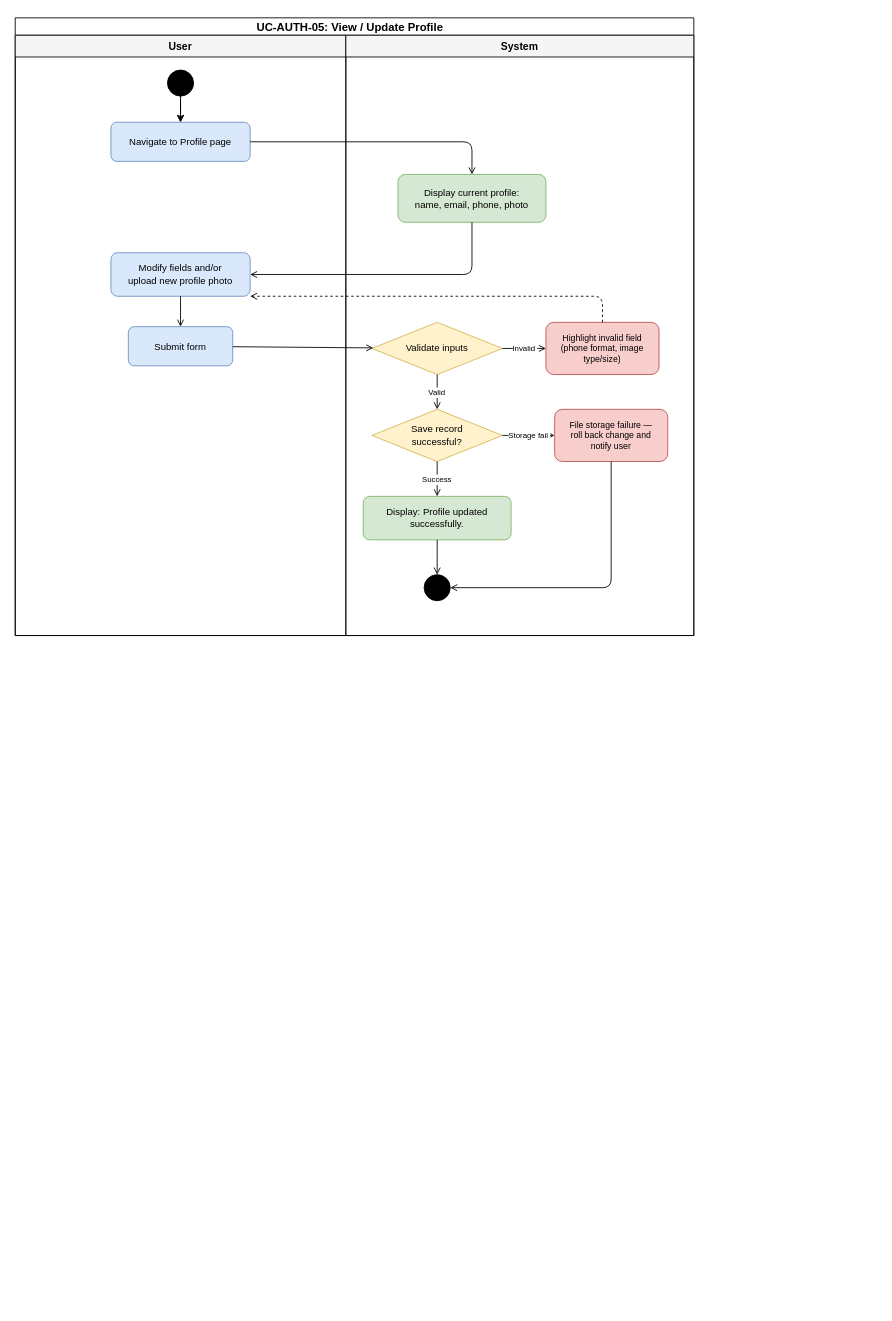
This is docs/PSM/activity-diagrams/01-authentication/UC-AUTH-05_View-Update-Profile.drawio.xml from aisyahumairah/HomeLodge-Doc, a draw.io file, before an edit. Source tidied: cells renumbered, new cells numbered last; positions are measured from the earlier drawing's top-left corner, leaving out a move shared by most shapes. Both pictures are drawn from the tidied source at 87%, with x=0, y=0 at pixel (15, 15).
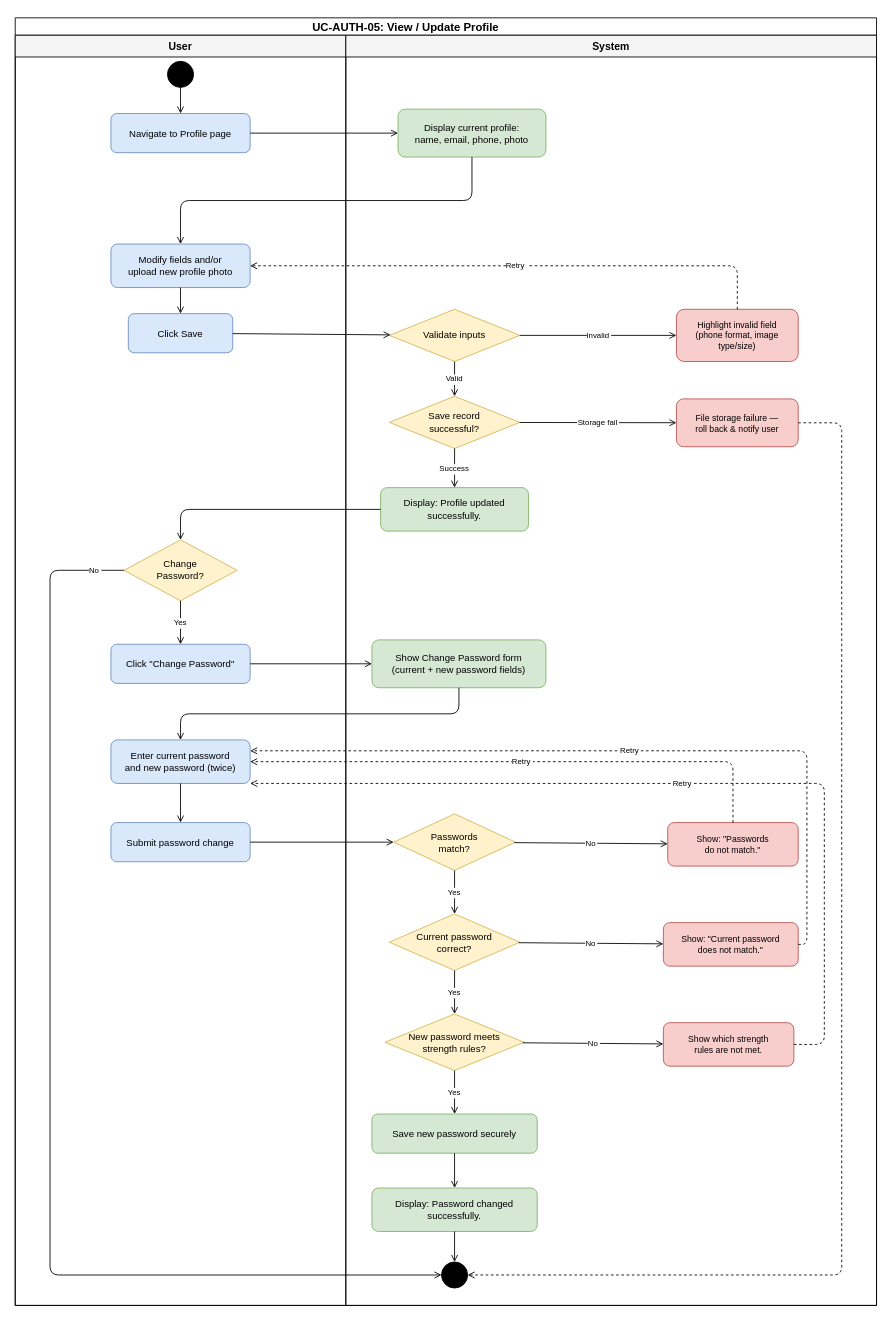
After the change.

Commit message (it also covers changes not shown here):
fix: activity diagram

- add change password at activity diagram view / update profile

Change to the diagram source:
```diff
@@
     <mxCell id="2" style="shape=swimlane;startSize=20;swimlaneFillColor=#ffffff;" parent="1" vertex="1">
-      <mxGeometry y="3" width="780" height="710" as="geometry" />
+      <mxGeometry y="3" width="990" height="1480" as="geometry" />
     </mxCell>
+    <mxCell id="29" value="UC-AUTH-05: View / Update Profile" style="text;html=1;strokeColor=none;fillColor=none;align=center;verticalAlign=middle;whiteSpace=wrap;fontSize=13;fontStyle=1;" parent="2" vertex="1">
+      <mxGeometry x="249" y="-3" width="400" height="28" as="geometry" />
+    </mxCell>
     <mxCell id="3" value="User" style="swimlane;startSize=25;fillColor=#f5f5f5;fontSize=12;fontStyle=1;" parent="2" vertex="1">
-      <mxGeometry y="20" width="380" height="690" as="geometry" />
+      <mxGeometry y="20" width="380" height="1460" as="geometry" />
     </mxCell>
-    <mxCell id="4" style="edgeStyle=orthogonalEdgeStyle;rounded=0;jettySize=auto;html=1;" parent="3" edge="1" source="5" target="6">
-      <mxGeometry relative="1" as="geometry" />
-    </mxCell>
     <mxCell id="5" style="ellipse;fillColor=#000000;strokeColor=#000000;" parent="3" vertex="1">
-      <mxGeometry x="175" y="40" width="30" height="30" as="geometry" />
+      <mxGeometry x="175" y="30" width="30" height="30" as="geometry" />
     </mxCell>
     <mxCell id="6" value="Navigate to Profile page" style="rounded=1;whiteSpace=wrap;html=1;fillColor=#dae8fc;strokeColor=#6c8ebf;fontSize=11;" parent="3" vertex="1">
-      <mxGeometry x="110" y="100" width="160" height="45" as="geometry" />
+      <mxGeometry x="110" y="90" width="160" height="45" as="geometry" />
     </mxCell>
     <mxCell id="7" value="Modify fields and/or&#10;upload new profile photo" style="rounded=1;whiteSpace=wrap;html=1;fillColor=#dae8fc;strokeColor=#6c8ebf;fontSize=11;" parent="3" vertex="1">
-      <mxGeometry x="110" y="250" width="160" height="50" as="geometry" />
+      <mxGeometry x="110" y="240" width="160" height="50" as="geometry" />
     </mxCell>
-    <mxCell id="8" value="Submit form" style="rounded=1;whiteSpace=wrap;html=1;fillColor=#dae8fc;strokeColor=#6c8ebf;fontSize=11;" parent="3" vertex="1">
-      <mxGeometry x="130" y="335" width="120" height="45" as="geometry" />
+    <mxCell id="8" value="Click Save" style="rounded=1;whiteSpace=wrap;html=1;fillColor=#dae8fc;strokeColor=#6c8ebf;fontSize=11;" parent="3" vertex="1">
+      <mxGeometry x="130" y="320" width="120" height="45" as="geometry" />
     </mxCell>
-    <mxCell id="9" style="endArrow=open;" parent="3" edge="1" source="5" target="6">
-      <mxGeometry relative="1" as="geometry" />
-    </mxCell>
-    <mxCell id="10" style="endArrow=open;" parent="3" edge="1" source="7" target="8">
-      <mxGeometry relative="1" as="geometry" />
-    </mxCell>
+    <mxCell id="30" value="Change&#10;Password?" style="rhombus;whiteSpace=wrap;html=1;fillColor=#fff2cc;strokeColor=#d6b656;fontSize=11;" parent="3" vertex="1">
+      <mxGeometry x="125" y="580" width="130" height="70" as="geometry" />
+    </mxCell>
+    <mxCell id="31" value="Click &quot;Change Password&quot;" style="rounded=1;whiteSpace=wrap;html=1;fillColor=#dae8fc;strokeColor=#6c8ebf;fontSize=11;" parent="3" vertex="1">
+      <mxGeometry x="110" y="700" width="160" height="45" as="geometry" />
+    </mxCell>
+    <mxCell id="32" value="Enter current password&#10;and new password (twice)" style="rounded=1;whiteSpace=wrap;html=1;fillColor=#dae8fc;strokeColor=#6c8ebf;fontSize=11;" parent="3" vertex="1">
+      <mxGeometry x="110" y="810" width="160" height="50" as="geometry" />
+    </mxCell>
+    <mxCell id="33" value="Submit password change" style="rounded=1;whiteSpace=wrap;html=1;fillColor=#dae8fc;strokeColor=#6c8ebf;fontSize=11;" parent="3" vertex="1">
+      <mxGeometry x="110" y="905" width="160" height="45" as="geometry" />
+    </mxCell>
     <mxCell id="11" value="System" style="swimlane;startSize=25;fillColor=#f5f5f5;fontSize=12;fontStyle=1;" parent="2" vertex="1">
-      <mxGeometry x="380" y="20" width="400" height="690" as="geometry" />
+      <mxGeometry x="380" y="20" width="610" height="1460" as="geometry" />
     </mxCell>
     <mxCell id="12" value="Display current profile:&#10;name, email, phone, photo" style="rounded=1;whiteSpace=wrap;html=1;fillColor=#d5e8d4;strokeColor=#82b366;fontSize=11;" parent="11" vertex="1">
-      <mxGeometry x="60" y="160" width="170" height="55" as="geometry" />
+      <mxGeometry x="60" y="85" width="170" height="55" as="geometry" />
     </mxCell>
     <mxCell id="13" value="Validate inputs" style="rhombus;whiteSpace=wrap;html=1;fillColor=#fff2cc;strokeColor=#d6b656;fontSize=11;" parent="11" vertex="1">
-      <mxGeometry x="30" y="330" width="150" height="60" as="geometry" />
+      <mxGeometry x="50" y="315" width="150" height="60" as="geometry" />
     </mxCell>
+    <mxCell id="15" value="Highlight invalid field&#10;(phone format, image&#10;type/size)" style="rounded=1;whiteSpace=wrap;html=1;fillColor=#f8cecc;strokeColor=#b85450;fontSize=10;" parent="11" vertex="1">
+      <mxGeometry x="380" y="315" width="140" height="60" as="geometry" />
+    </mxCell>
     <mxCell id="14" value="Save record&#10;successful?" style="rhombus;whiteSpace=wrap;html=1;fillColor=#fff2cc;strokeColor=#d6b656;fontSize=11;" parent="11" vertex="1">
-      <mxGeometry x="30" y="430" width="150" height="60" as="geometry" />
+      <mxGeometry x="50" y="415" width="150" height="60" as="geometry" />
     </mxCell>
-    <mxCell id="15" value="Highlight invalid field&#10;(phone format, image&#10;type/size)" style="rounded=1;whiteSpace=wrap;html=1;fillColor=#f8cecc;strokeColor=#b85450;fontSize=10;" parent="11" vertex="1">
-      <mxGeometry x="230" y="330" width="130" height="60" as="geometry" />
-    </mxCell>
-    <mxCell id="16" value="File storage failure —&#10;roll back change and&#10;notify user" style="rounded=1;whiteSpace=wrap;html=1;fillColor=#f8cecc;strokeColor=#b85450;fontSize=10;" parent="11" vertex="1">
-      <mxGeometry x="240" y="430" width="130" height="60" as="geometry" />
+    <mxCell id="16" value="File storage failure —&#10;roll back &amp; notify user" style="rounded=1;whiteSpace=wrap;html=1;fillColor=#f8cecc;strokeColor=#b85450;fontSize=10;" parent="11" vertex="1">
+      <mxGeometry x="380" y="418" width="140" height="55" as="geometry" />
     </mxCell>
     <mxCell id="17" value="Display: Profile updated&#10;successfully." style="rounded=1;whiteSpace=wrap;html=1;fillColor=#d5e8d4;strokeColor=#82b366;fontSize=11;" parent="11" vertex="1">
-      <mxGeometry x="20" y="530" width="170" height="50" as="geometry" />
+      <mxGeometry x="40" y="520" width="170" height="50" as="geometry" />
     </mxCell>
+    <mxCell id="34" value="Show Change Password form&#10;(current + new password fields)" style="rounded=1;whiteSpace=wrap;html=1;fillColor=#d5e8d4;strokeColor=#82b366;fontSize=11;" parent="11" vertex="1">
+      <mxGeometry x="30" y="695" width="200" height="55" as="geometry" />
+    </mxCell>
+    <mxCell id="35" value="Passwords&#10;match?" style="rhombus;whiteSpace=wrap;html=1;fillColor=#fff2cc;strokeColor=#d6b656;fontSize=11;" parent="11" vertex="1">
+      <mxGeometry x="55" y="895" width="140" height="65" as="geometry" />
+    </mxCell>
+    <mxCell id="36" value="Show: &quot;Passwords&#10;do not match.&quot;" style="rounded=1;whiteSpace=wrap;html=1;fillColor=#f8cecc;strokeColor=#b85450;fontSize=10;" parent="11" vertex="1">
+      <mxGeometry x="370" y="905" width="150" height="50" as="geometry" />
+    </mxCell>
+    <mxCell id="37" value="Current password&#10;correct?" style="rhombus;whiteSpace=wrap;html=1;fillColor=#fff2cc;strokeColor=#d6b656;fontSize=11;" parent="11" vertex="1">
+      <mxGeometry x="50" y="1010" width="150" height="65" as="geometry" />
+    </mxCell>
+    <mxCell id="38" value="Show: &quot;Current password&#10;does not match.&quot;" style="rounded=1;whiteSpace=wrap;html=1;fillColor=#f8cecc;strokeColor=#b85450;fontSize=10;" parent="11" vertex="1">
+      <mxGeometry x="365" y="1020" width="155" height="50" as="geometry" />
+    </mxCell>
+    <mxCell id="39" value="New password meets&#10;strength rules?" style="rhombus;whiteSpace=wrap;html=1;fillColor=#fff2cc;strokeColor=#d6b656;fontSize=11;" parent="11" vertex="1">
+      <mxGeometry x="45" y="1125" width="160" height="65" as="geometry" />
+    </mxCell>
+    <mxCell id="40" value="Show which strength&#10;rules are not met." style="rounded=1;whiteSpace=wrap;html=1;fillColor=#f8cecc;strokeColor=#b85450;fontSize=10;" parent="11" vertex="1">
+      <mxGeometry x="365" y="1135" width="150" height="50" as="geometry" />
+    </mxCell>
+    <mxCell id="41" value="Save new password securely" style="rounded=1;whiteSpace=wrap;html=1;fillColor=#d5e8d4;strokeColor=#82b366;fontSize=11;" parent="11" vertex="1">
+      <mxGeometry x="30" y="1240" width="190" height="45" as="geometry" />
+    </mxCell>
+    <mxCell id="42" value="Display: Password changed&#10;successfully." style="rounded=1;whiteSpace=wrap;html=1;fillColor=#d5e8d4;strokeColor=#82b366;fontSize=11;" parent="11" vertex="1">
+      <mxGeometry x="30" y="1325" width="190" height="50" as="geometry" />
+    </mxCell>
     <mxCell id="18" style="ellipse;fillColor=#000000;strokeColor=#000000;" parent="11" vertex="1">
-      <mxGeometry x="90" y="620" width="30" height="30" as="geometry" />
+      <mxGeometry x="110" y="1410" width="30" height="30" as="geometry" />
     </mxCell>
+    <mxCell id="9" style="endArrow=open;" parent="1" edge="1" source="5" target="6">
+      <mxGeometry relative="1" as="geometry" />
+    </mxCell>
+    <mxCell id="25" style="endArrow=open;" parent="1" edge="1" source="6" target="12">
+      <mxGeometry relative="1" as="geometry" />
+    </mxCell>
+    <mxCell id="26" style="endArrow=open;exitX=0.5;exitY=1;exitDx=0;exitDy=0;edgeStyle=orthogonalEdgeStyle;" parent="1" edge="1" source="12" target="7">
+      <mxGeometry relative="1" as="geometry" />
+    </mxCell>
+    <mxCell id="10" style="endArrow=open;" parent="1" edge="1" source="7" target="8">
+      <mxGeometry relative="1" as="geometry" />
+    </mxCell>
+    <mxCell id="27" style="endArrow=open;" parent="1" edge="1" source="8" target="13">
+      <mxGeometry relative="1" as="geometry" />
+    </mxCell>
-    <mxCell id="19" value="Valid" style="endArrow=open;fontSize=9;" parent="11" edge="1" source="13" target="14">
+    <mxCell id="19" value="Valid" style="endArrow=open;fontSize=9;" parent="1" edge="1" source="13" target="14">
       <mxGeometry relative="1" as="geometry" />
     </mxCell>
-    <mxCell id="20" value="Invalid" style="endArrow=open;fontSize=9;" parent="11" edge="1" source="13" target="15">
+    <mxCell id="20" value="Invalid" style="endArrow=open;fontSize=9;" parent="1" edge="1" source="13" target="15">
       <mxGeometry relative="1" as="geometry" />
     </mxCell>
+    <mxCell id="28" value="Retry" style="endArrow=open;dashed=1;fontSize=9;exitX=0.5;exitY=0;exitDx=0;exitDy=0;entryX=1;entryY=0.5;entryDx=0;entryDy=0;edgeStyle=orthogonalEdgeStyle;" parent="1" edge="1" source="15" target="7">
+      <mxGeometry relative="1" as="geometry" />
+    </mxCell>
+    <mxCell id="22" value="Success" style="endArrow=open;fontSize=9;" parent="1" edge="1" source="14" target="17">
+      <mxGeometry relative="1" as="geometry" />
+    </mxCell>
-    <mxCell id="21" value="Storage fail" style="endArrow=open;fontSize=9;" parent="11" edge="1" source="14" target="16">
+    <mxCell id="21" value="Storage fail" style="endArrow=open;fontSize=9;" parent="1" edge="1" source="14" target="16">
       <mxGeometry relative="1" as="geometry" />
     </mxCell>
-    <mxCell id="22" value="Success" style="endArrow=open;fontSize=9;" parent="11" edge="1" source="14" target="17">
-      <mxGeometry relative="1" as="geometry" />
-    </mxCell>
-    <mxCell id="23" style="endArrow=open;entryX=1;entryY=0.5;entryDx=0;entryDy=0;edgeStyle=orthogonalEdgeStyle;" parent="11" edge="1" source="16" target="18">
+    <mxCell id="23" style="endArrow=open;dashed=1;fontSize=9;exitX=1;exitY=0.5;exitDx=0;exitDy=0;edgeStyle=orthogonalEdgeStyle;" parent="1" edge="1" source="16" target="18">
       <mxGeometry relative="1" as="geometry">
         <Array as="points">
-          <mxPoint x="305" y="635" />
+          <mxPoint x="950" y="469" />
+          <mxPoint x="950" y="1448" />
         </Array>
       </mxGeometry>
     </mxCell>
-    <mxCell id="24" style="endArrow=open;" parent="11" edge="1" source="17" target="18">
-      <mxGeometry relative="1" as="geometry" />
-    </mxCell>
-    <mxCell id="25" style="endArrow=open;edgeStyle=orthogonalEdgeStyle;" parent="2" edge="1" source="6" target="12">
-      <mxGeometry relative="1" as="geometry" />
-    </mxCell>
-    <mxCell id="26" style="endArrow=open;edgeStyle=orthogonalEdgeStyle;" parent="2" edge="1" source="12" target="7">
-      <mxGeometry relative="1" as="geometry">
-        <Array as="points">
-          <mxPoint x="525" y="295" />
-        </Array>
-      </mxGeometry>
-    </mxCell>
-    <mxCell id="27" style="endArrow=open;" parent="2" edge="1" source="8" target="13">
-      <mxGeometry relative="1" as="geometry" />
-    </mxCell>
-    <mxCell id="28" style="endArrow=open;dashed=1;entryX=1;entryY=1;entryDx=0;entryDy=0;" parent="2" edge="1" source="15" target="7">
-      <mxGeometry relative="1" as="geometry">
-        <Array as="points">
-          <mxPoint x="675" y="320" />
-        </Array>
-      </mxGeometry>
-    </mxCell>
-    <mxCell id="29" value="UC-AUTH-05: View / Update Profile" style="text;html=1;strokeColor=none;fillColor=none;align=center;verticalAlign=middle;whiteSpace=wrap;fontSize=13;fontStyle=1;" parent="2" vertex="1">
-      <mxGeometry x="185" y="-3" width="400" height="28" as="geometry" />
-    </mxCell>
+    <mxCell id="43" style="endArrow=open;entryX=0.5;entryY=0;entryDx=0;entryDy=0;exitX=0;exitY=0.5;exitDx=0;exitDy=0;edgeStyle=orthogonalEdgeStyle;" parent="1" edge="1" source="17" target="30">
+      <mxGeometry relative="1" as="geometry" />
+    </mxCell>
+    <mxCell id="44" value="No" style="endArrow=open;fontSize=9;exitX=0;exitY=0.5;exitDx=0;exitDy=0;edgeStyle=orthogonalEdgeStyle;" parent="1" edge="1" source="30" target="18">
+      <mxGeometry x="-0.95" relative="1" as="geometry">
+        <Array as="points">
+          <mxPoint x="40" y="638" />
+          <mxPoint x="40" y="1448" />
+        </Array>
+      </mxGeometry>
+    </mxCell>
+    <mxCell id="45" value="Yes" style="endArrow=open;fontSize=9;" parent="1" edge="1" source="30" target="31">
+      <mxGeometry relative="1" as="geometry" />
+    </mxCell>
+    <mxCell id="46" style="endArrow=open;" parent="1" edge="1" source="31" target="34">
+      <mxGeometry relative="1" as="geometry" />
+    </mxCell>
+    <mxCell id="47" style="endArrow=open;exitX=0.5;exitY=1;exitDx=0;exitDy=0;entryX=0.5;entryY=0;entryDx=0;entryDy=0;edgeStyle=orthogonalEdgeStyle;" parent="1" edge="1" source="34" target="32">
+      <mxGeometry relative="1" as="geometry" />
+    </mxCell>
+    <mxCell id="48" style="endArrow=open;" parent="1" edge="1" source="32" target="33">
+      <mxGeometry relative="1" as="geometry" />
+    </mxCell>
+    <mxCell id="49" style="endArrow=open;" parent="1" edge="1" source="33" target="35">
+      <mxGeometry relative="1" as="geometry" />
+    </mxCell>
+    <mxCell id="50" value="No" style="endArrow=open;fontSize=9;" parent="1" edge="1" source="35" target="36">
+      <mxGeometry relative="1" as="geometry" />
+    </mxCell>
+    <mxCell id="51" value="Retry" style="endArrow=open;dashed=1;fontSize=9;exitX=0.5;exitY=0;exitDx=0;exitDy=0;entryX=1;entryY=0.5;entryDx=0;entryDy=0;edgeStyle=orthogonalEdgeStyle;" parent="1" edge="1" source="36" target="32">
+      <mxGeometry relative="1" as="geometry" />
+    </mxCell>
+    <mxCell id="52" value="Yes" style="endArrow=open;fontSize=9;" parent="1" edge="1" source="35" target="37">
+      <mxGeometry relative="1" as="geometry" />
+    </mxCell>
+    <mxCell id="53" value="No" style="endArrow=open;fontSize=9;" parent="1" edge="1" source="37" target="38">
+      <mxGeometry relative="1" as="geometry" />
+    </mxCell>
+    <mxCell id="54" value="Retry" style="endArrow=open;dashed=1;fontSize=9;entryX=1;entryY=0.25;entryDx=0;entryDy=0;exitX=1;exitY=0.5;exitDx=0;exitDy=0;edgeStyle=orthogonalEdgeStyle;" parent="1" edge="1" source="38" target="32">
+      <mxGeometry relative="1" as="geometry" />
+    </mxCell>
+    <mxCell id="55" value="Yes" style="endArrow=open;fontSize=9;" parent="1" edge="1" source="37" target="39">
+      <mxGeometry relative="1" as="geometry" />
+    </mxCell>
+    <mxCell id="56" value="No" style="endArrow=open;fontSize=9;" parent="1" edge="1" source="39" target="40">
+      <mxGeometry relative="1" as="geometry" />
+    </mxCell>
+    <mxCell id="57" value="Retry" style="endArrow=open;dashed=1;fontSize=9;entryX=1;entryY=1;entryDx=0;entryDy=0;exitX=1;exitY=0.5;exitDx=0;exitDy=0;edgeStyle=orthogonalEdgeStyle;" parent="1" edge="1" source="40" target="32">
+      <mxGeometry relative="1" as="geometry">
+        <Array as="points">
+          <mxPoint x="930" y="1183" />
+          <mxPoint x="930" y="883" />
+        </Array>
+      </mxGeometry>
+    </mxCell>
+    <mxCell id="58" value="Yes" style="endArrow=open;fontSize=9;" parent="1" edge="1" source="39" target="41">
+      <mxGeometry relative="1" as="geometry" />
+    </mxCell>
+    <mxCell id="59" style="endArrow=open;" parent="1" edge="1" source="41" target="42">
+      <mxGeometry relative="1" as="geometry" />
+    </mxCell>
+    <mxCell id="60" style="endArrow=open;" parent="1" edge="1" source="42" target="18">
+      <mxGeometry relative="1" as="geometry" />
+    </mxCell>
```
